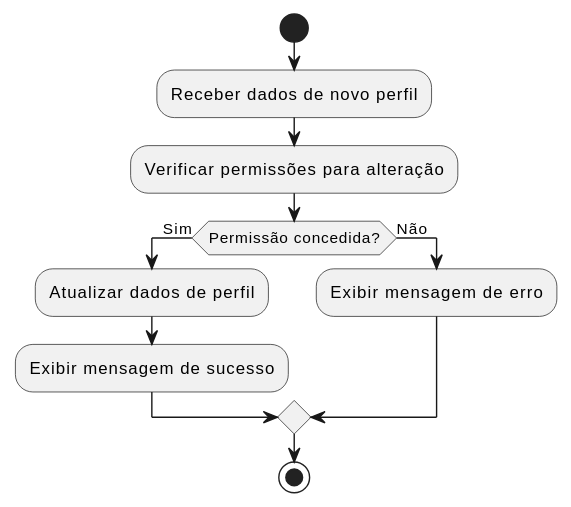
Above: specs/diagramas_atv/svg/uml_usuario_atv05.svg in Phenrique-sousa/APS-documents (PlantUML), before the change. Source of this version:
```plantuml
@startuml
start

:Receber dados de novo perfil;
:Verificar permissões para alteração;
if (Permissão concedida?) then (Sim)
  :Atualizar dados de perfil;
  :Exibir mensagem de sucesso;
else (Não)
  :Exibir mensagem de erro;
endif
stop
@enduml
```
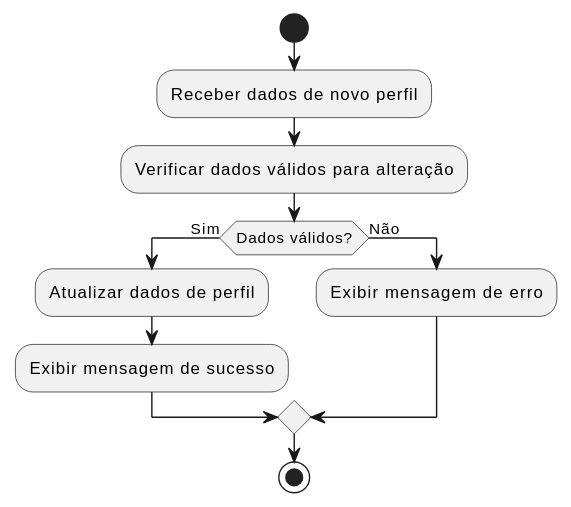
The same diagram one commit later.

What changed in the source:
```diff
@@ -2,8 +2,8 @@
 start
 
 :Receber dados de novo perfil;
-:Verificar permissões para alteração;
-if (Permissão concedida?) then (Sim)
+:Verificar dados válidos para alteração;
+if (Dados válidos?) then (Sim)
   :Atualizar dados de perfil;
   :Exibir mensagem de sucesso;
 else (Não)
```
